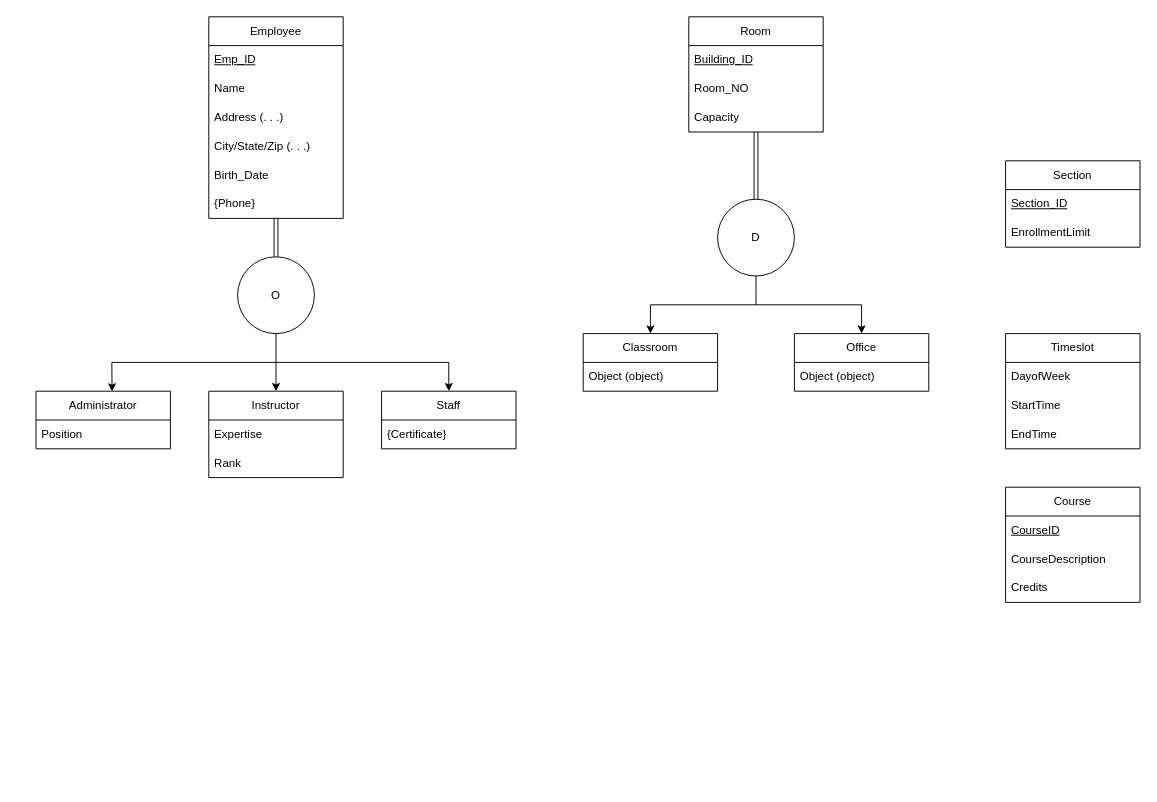
Before: Homework2.drawio in ngimpWT/CIDM3350, a draw.io diagram. Source tidied: cells renumbered, new cells numbered last; positions are measured from the earlier drawing's top-left corner, leaving out a move shared by most shapes. Both pictures are drawn from the tidied source at 96%, with x=0, y=0 at pixel (36, 16).
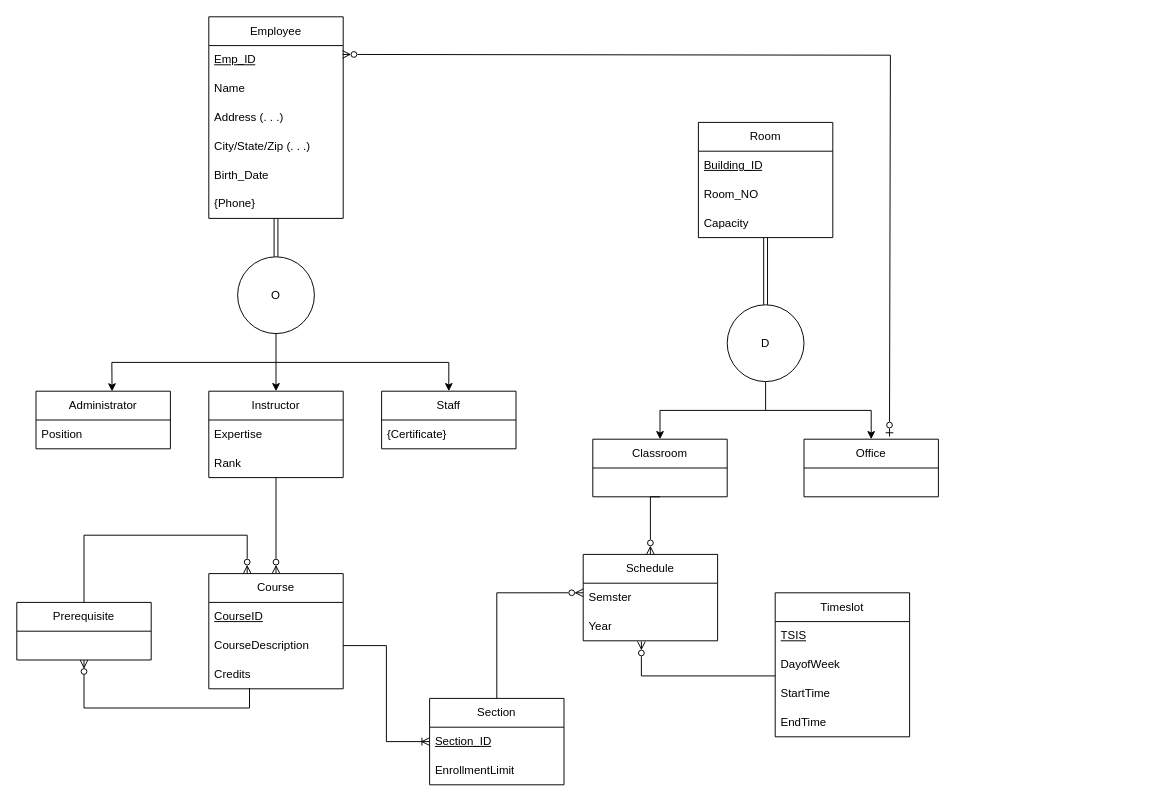
The same diagram, later.

Unchanged cells that the change refers to:
```xml
<mxCell id="4" value="&lt;u&gt;Emp_ID&lt;/u&gt;" style="text;strokeColor=none;fillColor=none;align=left;verticalAlign=middle;spacingLeft=4;spacingRight=4;overflow=hidden;points=[[0,0.5],[1,0.5]];portConstraint=eastwest;whiteSpace=wrap;html=1;" parent="3" vertex="1">
  <mxGeometry y="30" width="140" height="30" as="geometry" />
</mxCell>
<mxCell id="12" value="Instructor" style="swimlane;fontStyle=0;horizontal=1;startSize=30;whiteSpace=wrap;html=1;" parent="1" vertex="1">
  <mxGeometry x="180" y="390" width="140" height="90" as="geometry" />
</mxCell>
<mxCell id="40" value="CourseDescription" style="text;strokeColor=none;fillColor=none;align=left;verticalAlign=middle;spacingLeft=4;spacingRight=4;overflow=hidden;points=[[0,0.5],[1,0.5]];portConstraint=eastwest;whiteSpace=wrap;html=1;" parent="38" vertex="1">
  <mxGeometry y="60" width="140" height="30" as="geometry" />
</mxCell>
<mxCell id="41" value="Credits" style="text;strokeColor=none;fillColor=none;align=left;verticalAlign=middle;spacingLeft=4;spacingRight=4;overflow=hidden;points=[[0,0.5],[1,0.5]];portConstraint=eastwest;whiteSpace=wrap;html=1;" parent="38" vertex="1">
  <mxGeometry y="90" width="140" height="30" as="geometry" />
</mxCell>
<mxCell id="43" value="&lt;u&gt;Section_ID&lt;/u&gt;" style="text;strokeColor=none;fillColor=none;align=left;verticalAlign=middle;spacingLeft=4;spacingRight=4;overflow=hidden;points=[[0,0.5],[1,0.5]];portConstraint=eastwest;whiteSpace=wrap;html=1;" parent="42" vertex="1">
  <mxGeometry y="30" width="140" height="30" as="geometry" />
</mxCell>
```

The edit, as a diff of the source:
```diff
@@
+    <mxCell id="45" style="edgeStyle=orthogonalEdgeStyle;rounded=0;jettySize=auto;html=1;entryX=0.5;entryY=0;entryDx=0;entryDy=0;endArrow=ERzeroToMany;endFill=0;" parent="1" edge="1" source="12" target="38">
+      <mxGeometry relative="1" as="geometry" />
+    </mxCell>
@@
     <mxCell id="22" value="Room" style="swimlane;fontStyle=0;horizontal=1;startSize=30;whiteSpace=wrap;html=1;" parent="1" vertex="1">
-      <mxGeometry x="680" width="140" height="120" as="geometry" />
+      <mxGeometry x="690" y="110" width="140" height="120" as="geometry" />
     </mxCell>
@@
     <mxCell id="26" style="edgeStyle=elbowEdgeStyle;rounded=0;jettySize=auto;html=1;elbow=vertical;endArrow=none;endFill=0;" parent="1" edge="1" source="27">
       <mxGeometry relative="1" as="geometry">
-        <mxPoint x="750" y="300" as="targetPoint" />
+        <mxPoint x="760" y="410" as="targetPoint" />
       </mxGeometry>
     </mxCell>
     <mxCell id="27" value="D" style="ellipse;whiteSpace=wrap;html=1;fontStyle=0;startSize=30;horizontal=1;" parent="1" vertex="1">
-      <mxGeometry x="710" y="190" width="80" height="80" as="geometry" />
+      <mxGeometry x="720" y="300" width="80" height="80" as="geometry" />
     </mxCell>
     <mxCell id="28" value="Classroom" style="swimlane;fontStyle=0;horizontal=1;startSize=30;whiteSpace=wrap;html=1;" parent="1" vertex="1">
-      <mxGeometry x="570" y="330" width="140" height="60" as="geometry" />
+      <mxGeometry x="580" y="440" width="140" height="60" as="geometry" />
     </mxCell>
-    <mxCell id="29" value="Object (object)" style="text;strokeColor=none;fillColor=none;align=left;verticalAlign=middle;spacingLeft=4;spacingRight=4;overflow=hidden;whiteSpace=wrap;html=1;" parent="28" vertex="1">
-      <mxGeometry y="30" width="140" height="30" as="geometry" />
-    </mxCell>
     <mxCell id="30" value="Office" style="swimlane;fontStyle=0;horizontal=1;startSize=30;whiteSpace=wrap;html=1;" parent="1" vertex="1">
-      <mxGeometry x="790" y="330" width="140" height="60" as="geometry" />
+      <mxGeometry x="800" y="440" width="140" height="60" as="geometry" />
     </mxCell>
-    <mxCell id="31" value="Object (object)" style="text;strokeColor=none;fillColor=none;align=left;verticalAlign=middle;spacingLeft=4;spacingRight=4;overflow=hidden;whiteSpace=wrap;html=1;" parent="30" vertex="1">
-      <mxGeometry y="30" width="140" height="30" as="geometry" />
-    </mxCell>
     <mxCell id="32" style="endArrow=classic;html=1;rounded=0;" parent="1" edge="1">
       <mxGeometry relative="1" as="geometry">
-        <mxPoint x="750" y="300" as="sourcePoint" />
-        <mxPoint x="640" y="330" as="targetPoint" />
+        <mxPoint x="760" y="410" as="sourcePoint" />
+        <mxPoint x="650" y="440" as="targetPoint" />
         <Array as="points">
-          <mxPoint x="640" y="300" />
+          <mxPoint x="650" y="410" />
         </Array>
       </mxGeometry>
     </mxCell>
     <mxCell id="33" style="endArrow=classic;html=1;rounded=0;entryX=0.5;entryY=0;entryDx=0;entryDy=0;" parent="1" edge="1" target="30">
       <mxGeometry relative="1" as="geometry">
-        <mxPoint x="750" y="300" as="sourcePoint" />
+        <mxPoint x="760" y="410" as="sourcePoint" />
         <Array as="points">
-          <mxPoint x="860" y="300" />
+          <mxPoint x="870" y="410" />
         </Array>
       </mxGeometry>
     </mxCell>
+    <mxCell id="46" style="edgeStyle=orthogonalEdgeStyle;rounded=0;jettySize=auto;html=1;entryX=0.433;entryY=1.024;entryDx=0;entryDy=0;endArrow=ERzeroToMany;endFill=0;entryPerimeter=0;exitX=0.001;exitY=0.886;exitDx=0;exitDy=0;exitPerimeter=0;" parent="1" edge="1" source="47" target="56">
+      <mxGeometry relative="1" as="geometry" />
+    </mxCell>
     <mxCell id="34" value="Timeslot" style="swimlane;fontStyle=0;horizontal=1;startSize=30;whiteSpace=wrap;html=1;" parent="1" vertex="1">
-      <mxGeometry x="1010" y="330" width="140" height="120" as="geometry" />
+      <mxGeometry x="770" y="600" width="140" height="150" as="geometry" />
     </mxCell>
-    <mxCell id="35" value="DayofWeek" style="text;strokeColor=none;fillColor=none;align=left;verticalAlign=middle;spacingLeft=4;spacingRight=4;overflow=hidden;whiteSpace=wrap;html=1;" parent="34" vertex="1">
+    <mxCell id="35" value="&lt;u&gt;TSIS&lt;/u&gt;" style="text;strokeColor=none;fillColor=none;align=left;verticalAlign=middle;spacingLeft=4;spacingRight=4;overflow=hidden;whiteSpace=wrap;html=1;" parent="34" vertex="1">
       <mxGeometry y="30" width="140" height="30" as="geometry" />
     </mxCell>
+    <mxCell id="47" value="DayofWeek" style="text;strokeColor=none;fillColor=none;align=left;verticalAlign=middle;spacingLeft=4;spacingRight=4;overflow=hidden;points=[[0,0.5],[1,0.5]];portConstraint=eastwest;whiteSpace=wrap;html=1;" parent="34" vertex="1">
+      <mxGeometry y="60" width="140" height="30" as="geometry" />
+    </mxCell>
     <mxCell id="36" value="StartTime" style="text;strokeColor=none;fillColor=none;align=left;verticalAlign=middle;spacingLeft=4;spacingRight=4;overflow=hidden;whiteSpace=wrap;html=1;" parent="34" vertex="1">
-      <mxGeometry y="60" width="140" height="30" as="geometry" />
+      <mxGeometry y="90" width="140" height="30" as="geometry" />
     </mxCell>
     <mxCell id="37" value="EndTime" style="text;strokeColor=none;fillColor=none;align=left;verticalAlign=middle;spacingLeft=4;spacingRight=4;overflow=hidden;whiteSpace=wrap;html=1;" parent="34" vertex="1">
-      <mxGeometry y="90" width="140" height="30" as="geometry" />
+      <mxGeometry y="120" width="140" height="30" as="geometry" />
     </mxCell>
+    <mxCell id="48" style="edgeStyle=orthogonalEdgeStyle;rounded=0;jettySize=auto;html=1;entryX=0.5;entryY=1;entryDx=0;entryDy=0;exitX=0.303;exitY=0.97;exitDx=0;exitDy=0;exitPerimeter=0;endArrow=ERzeroToMany;endFill=0;" parent="1" edge="1" source="41" target="52">
+      <mxGeometry relative="1" as="geometry" />
+    </mxCell>
     <mxCell id="38" value="Course" style="swimlane;fontStyle=0;horizontal=1;startSize=30;whiteSpace=wrap;html=1;" parent="1" vertex="1">
-      <mxGeometry x="1010" y="490" width="140" height="120" as="geometry" />
+      <mxGeometry x="180" y="580" width="140" height="120" as="geometry" />
     </mxCell>
@@
     <mxCell id="42" value="Section" style="swimlane;fontStyle=0;horizontal=1;startSize=30;whiteSpace=wrap;html=1;" parent="1" vertex="1">
-      <mxGeometry x="1010" y="150" width="140" height="90" as="geometry" />
+      <mxGeometry x="410" y="710" width="140" height="90" as="geometry" />
     </mxCell>
@@
+    <mxCell id="49" style="endArrow=ERzeroToOne;html=1;rounded=0;exitX=0.994;exitY=0.307;exitDx=0;exitDy=0;endFill=0;startArrow=ERzeroToMany;startFill=0;entryX=0.636;entryY=-0.045;entryDx=0;entryDy=0;entryPerimeter=0;exitPerimeter=0;" parent="1" edge="1" source="4" target="30">
+      <mxGeometry relative="1" as="geometry">
+        <Array as="points">
+          <mxPoint x="890" y="40" />
+        </Array>
+      </mxGeometry>
+    </mxCell>
+    <mxCell id="50" style="edgeStyle=orthogonalEdgeStyle;rounded=0;jettySize=auto;html=1;entryX=0;entryY=0.5;entryDx=0;entryDy=0;endArrow=ERoneToMany;endFill=0;" parent="1" edge="1" source="40" target="43">
+      <mxGeometry relative="1" as="geometry" />
+    </mxCell>
+    <mxCell id="51" style="edgeStyle=orthogonalEdgeStyle;rounded=0;jettySize=auto;html=1;endArrow=ERzeroToMany;endFill=0;" parent="1" edge="1" source="52">
+      <mxGeometry relative="1" as="geometry">
+        <mxPoint x="220" y="580" as="targetPoint" />
+        <Array as="points">
+          <mxPoint x="50" y="540" />
+          <mxPoint x="220" y="540" />
+          <mxPoint x="220" y="580" />
+        </Array>
+      </mxGeometry>
+    </mxCell>
+    <mxCell id="52" value="Prerequisite" style="swimlane;fontStyle=0;horizontal=1;startSize=30;whiteSpace=wrap;html=1;" parent="1" vertex="1">
+      <mxGeometry x="-20" y="610" width="140" height="60" as="geometry" />
+    </mxCell>
+    <mxCell id="53" style="edgeStyle=orthogonalEdgeStyle;rounded=0;jettySize=auto;html=1;endArrow=ERzeroToMany;endFill=0;exitX=0.5;exitY=1;exitDx=0;exitDy=0;entryX=0.5;entryY=0;entryDx=0;entryDy=0;" parent="1" edge="1" source="28" target="54">
+      <mxGeometry relative="1" as="geometry">
+        <Array as="points">
+          <mxPoint x="640" y="500" />
+        </Array>
+      </mxGeometry>
+    </mxCell>
+    <mxCell id="54" value="Schedule" style="swimlane;fontStyle=0;horizontal=1;startSize=30;whiteSpace=wrap;html=1;" parent="1" vertex="1">
+      <mxGeometry x="570" y="560" width="140" height="90" as="geometry" />
+    </mxCell>
+    <mxCell id="55" value="Semster" style="text;strokeColor=none;fillColor=none;align=left;verticalAlign=middle;spacingLeft=4;spacingRight=4;overflow=hidden;points=[[0,0.5],[1,0.5]];portConstraint=eastwest;whiteSpace=wrap;html=1;" parent="54" vertex="1">
+      <mxGeometry y="30" width="140" height="30" as="geometry" />
+    </mxCell>
+    <mxCell id="56" value="Year" style="text;strokeColor=none;fillColor=none;align=left;verticalAlign=middle;spacingLeft=4;spacingRight=4;overflow=hidden;points=[[0,0.5],[1,0.5]];portConstraint=eastwest;whiteSpace=wrap;html=1;" parent="54" vertex="1">
+      <mxGeometry y="60" width="140" height="30" as="geometry" />
+    </mxCell>
+    <mxCell id="57" style="edgeStyle=orthogonalEdgeStyle;rounded=0;jettySize=auto;html=1;entryX=0;entryY=0.333;entryDx=0;entryDy=0;entryPerimeter=0;endArrow=ERzeroToMany;endFill=0;" parent="1" edge="1" source="42" target="55">
+      <mxGeometry relative="1" as="geometry" />
+    </mxCell>
```
